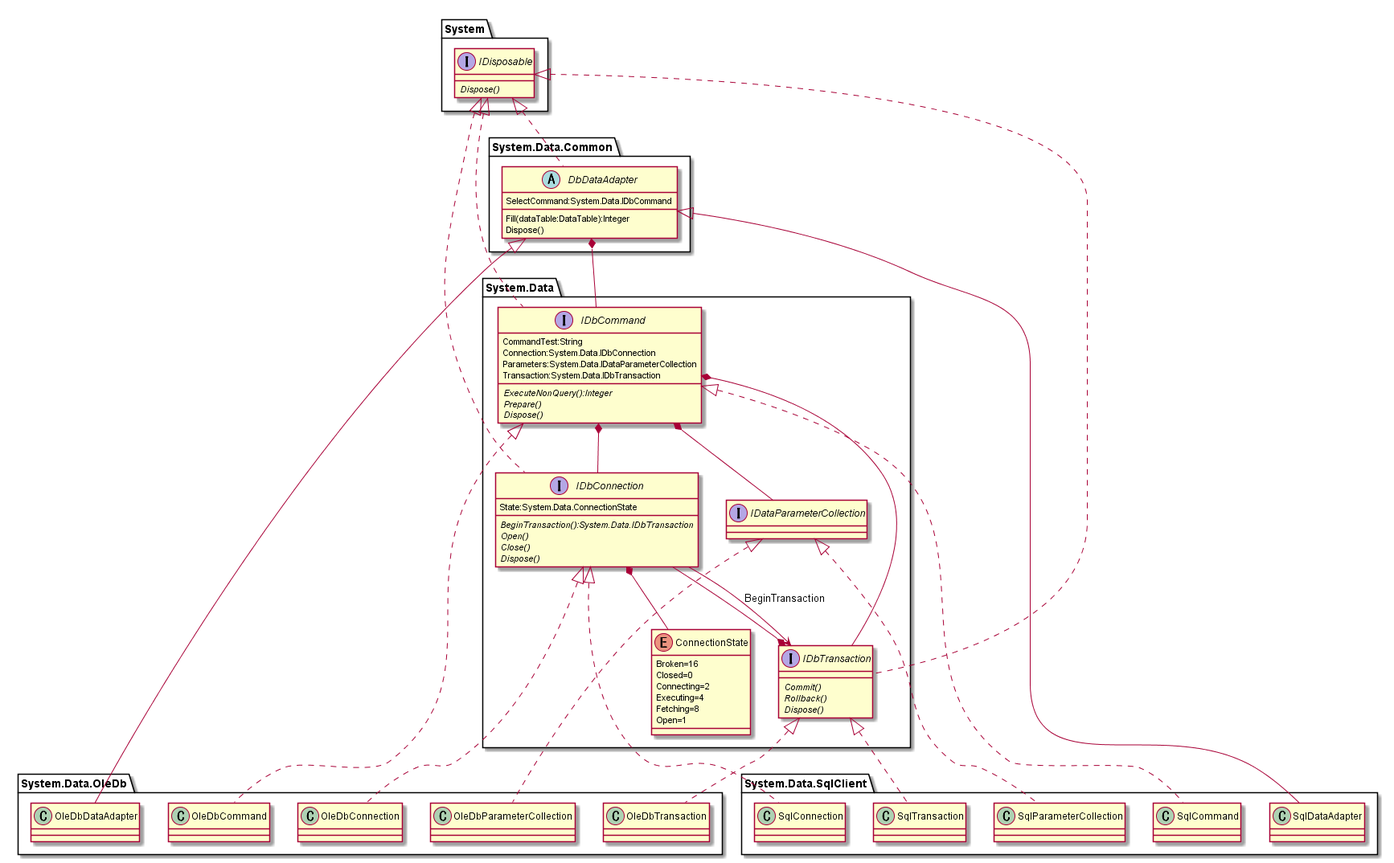
hirorich/CommonTool keeps this PlantUML diagram as doc/ClassDiagram/DB_DotNetFramework.png. Above is the earlier version.
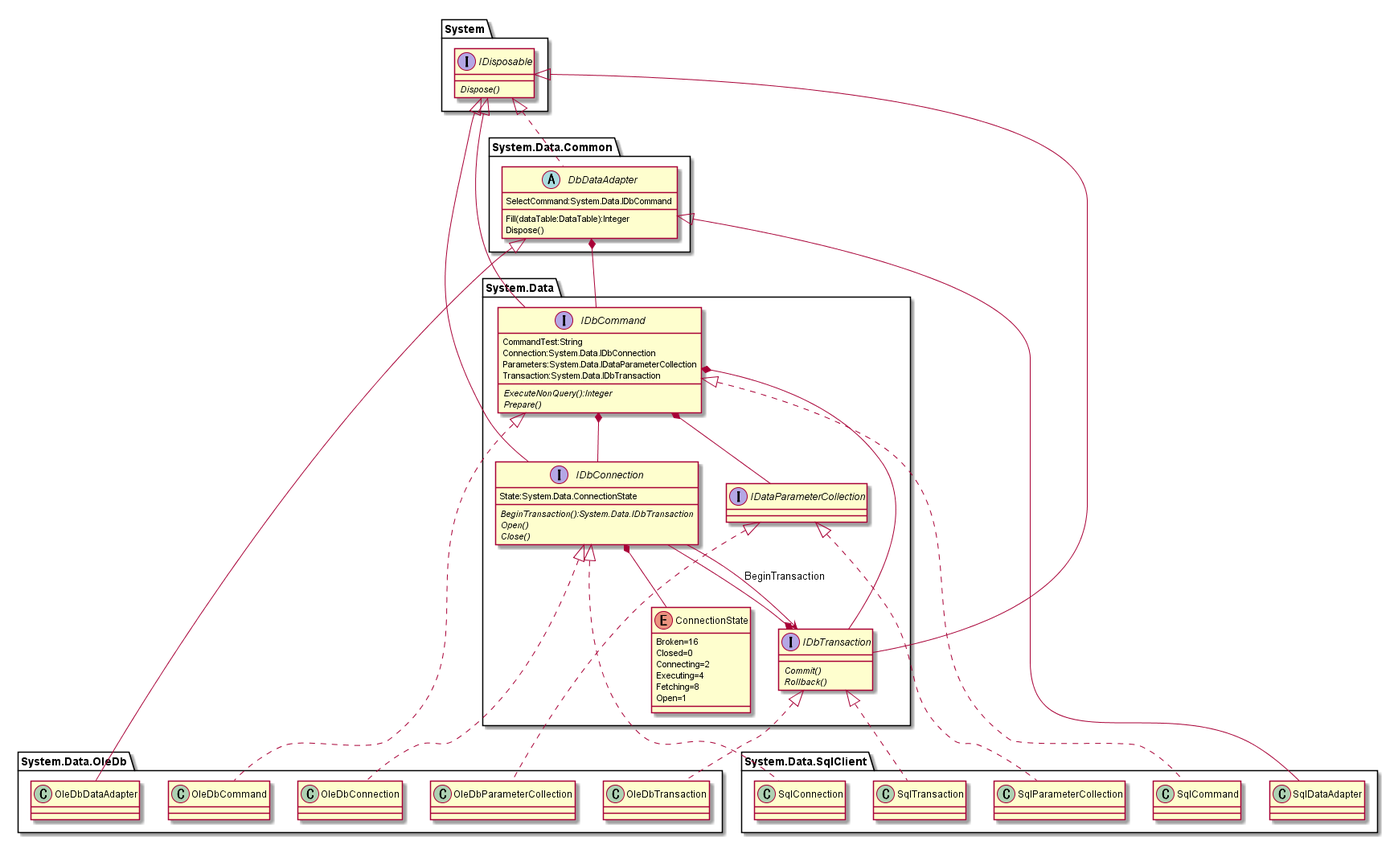
Later version of the same file.

What changed in the source:
```diff
@@ -10,18 +10,16 @@
   {abstract} BeginTransaction():System.Data.IDbTransaction
   {abstract} Open()
   {abstract} Close()
-  {abstract} Dispose()
 }
-System.IDisposable <|.. System.Data.IDbConnection
+System.IDisposable <|-- System.Data.IDbConnection
 System.Data.IDbConnection <|.. System.Data.SqlClient.SqlConnection
 System.Data.IDbConnection <|.. System.Data.OleDb.OleDbConnection
 
 interface System.Data.IDbTransaction {
   {abstract} Commit()
   {abstract} Rollback()
-  {abstract} Dispose()
 }
-System.IDisposable <|.. System.Data.IDbTransaction
+System.IDisposable <|-- System.Data.IDbTransaction
 System.Data.IDbTransaction <|.. System.Data.SqlClient.SqlTransaction
 System.Data.IDbTransaction <|.. System.Data.OleDb.OleDbTransaction
 
@@ -43,9 +41,8 @@
 
   {abstract} ExecuteNonQuery():Integer
   {abstract} Prepare()
-  {abstract} Dispose()
 }
-System.IDisposable <|.. System.Data.IDbCommand
+System.IDisposable <|-- System.Data.IDbCommand
 System.Data.IDbCommand <|.. System.Data.SqlClient.SqlCommand
 System.Data.IDbCommand <|.. System.Data.OleDb.OleDbCommand
 
```
